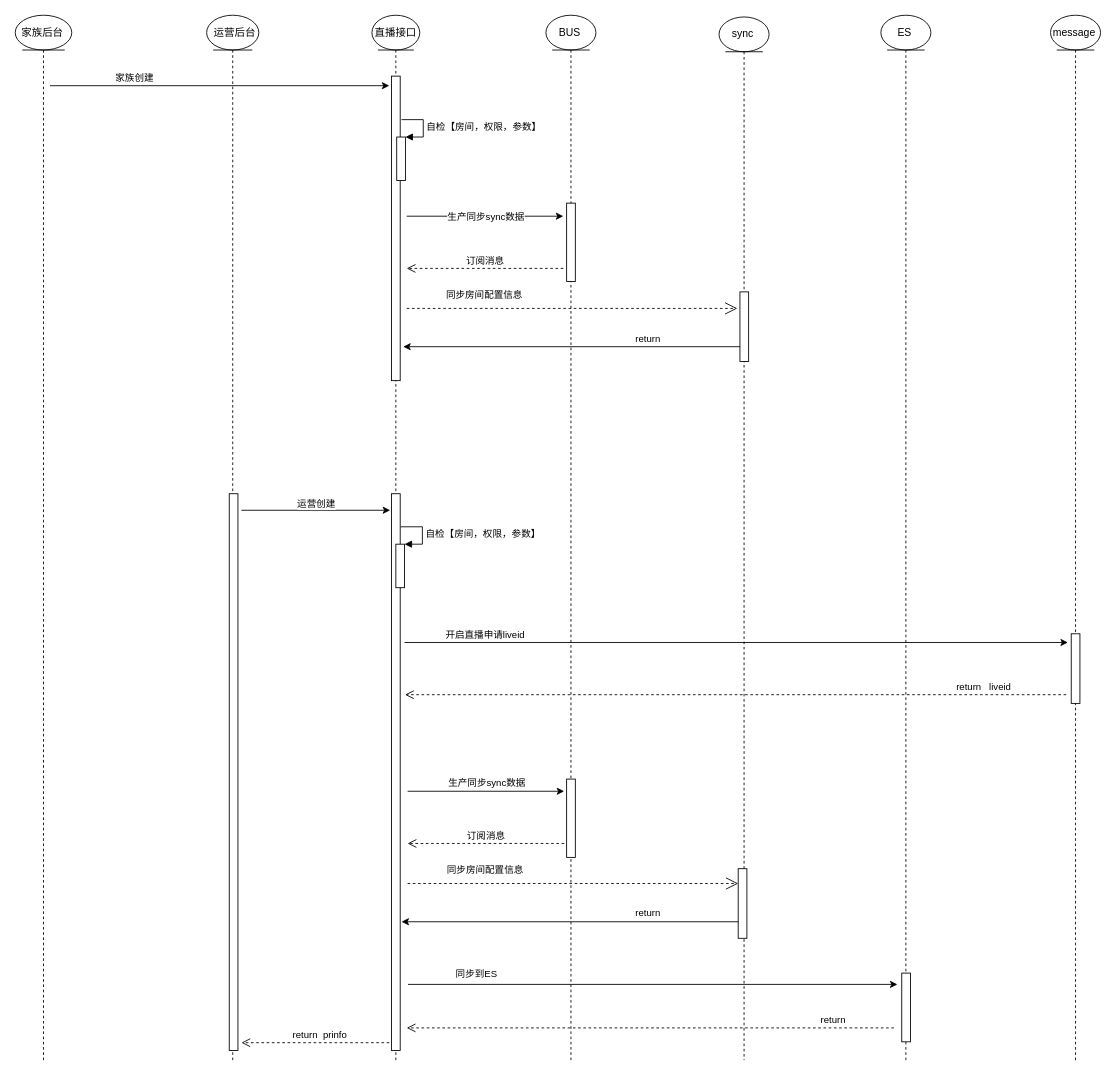
Earlier version of the draw.io diagram page "创建公共房" (11 of 11) of pepper/公共房.drawio (wclssdn/draw.io). Source tidied: cells renumbered, new cells numbered last; positions are measured from the earlier drawing's top-left corner, leaving out a move shared by most shapes. Both pictures are drawn from the tidied source at 87%, with x=0, y=0 at pixel (15, 15).
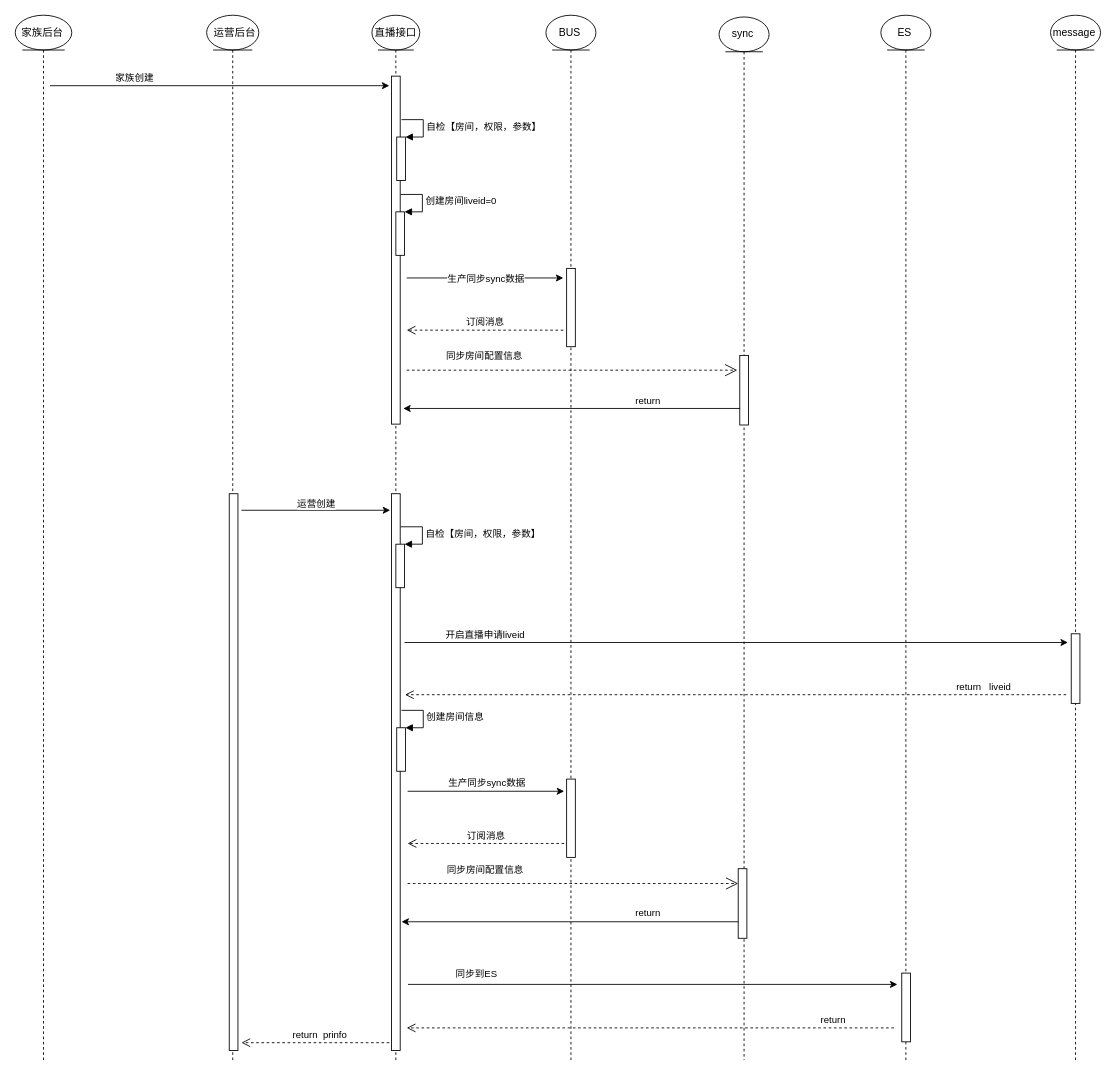
The same page after the edit.

The change refers to these unchanged cells:
```xml
<mxCell id="7" style="shape=umlLifeline;participant=umlEntity;perimeter=lifelinePerimeter;whiteSpace=wrap;html=1;verticalAlign=top;spacingTop=36;" parent="1" vertex="1">
  <mxGeometry x="410" width="55" height="1201" as="geometry" />
</mxCell>
<mxCell id="13" style="shape=umlLifeline;participant=umlEntity;perimeter=lifelinePerimeter;whiteSpace=wrap;html=1;verticalAlign=top;spacingTop=36;" parent="1" vertex="1">
  <mxGeometry x="610" width="57.5" height="1201" as="geometry" />
</mxCell>
<mxCell id="26" style="shape=umlLifeline;participant=umlEntity;perimeter=lifelinePerimeter;whiteSpace=wrap;html=1;verticalAlign=top;spacingTop=36;" parent="1" vertex="1">
  <mxGeometry x="809" y="2" width="57.5" height="1199" as="geometry" />
</mxCell>
```

What changed in the source:
```diff
@@
     <mxCell id="9" style="html=1;perimeter=orthogonalPerimeter;" parent="7" vertex="1">
-      <mxGeometry x="22.5" y="70" width="10" height="350" as="geometry" />
+      <mxGeometry x="22.5" y="70" width="10" height="400" as="geometry" />
     </mxCell>
@@
+    <mxCell id="52" style="html=1;points=[];perimeter=orthogonalPerimeter;" parent="7" vertex="1">
+      <mxGeometry x="28.5" y="819" width="10" height="50" as="geometry" />
+    </mxCell>
+    <mxCell id="53" value="创建房间信息" style="edgeStyle=orthogonalEdgeStyle;html=1;align=left;spacingLeft=2;endArrow=block;rounded=0;entryX=1;entryY=0;" parent="7" edge="1" target="52">
+      <mxGeometry relative="1" as="geometry">
+        <mxPoint x="34" y="799" as="sourcePoint" />
+        <Array as="points">
+          <mxPoint x="59" y="799" />
+          <mxPoint x="59" y="819" />
+        </Array>
+      </mxGeometry>
+    </mxCell>
@@
     <mxCell id="15" style="html=1;perimeter=orthogonalPerimeter;" parent="13" vertex="1">
-      <mxGeometry x="23.8" y="216" width="10" height="90" as="geometry" />
+      <mxGeometry x="23.8" y="291" width="10" height="90" as="geometry" />
     </mxCell>
@@
     <mxCell id="22" style="endArrow=classic;html=1;rounded=0;" parent="1" edge="1">
       <mxGeometry relative="1" as="geometry">
-        <mxPoint x="450" y="231" as="sourcePoint" />
-        <mxPoint x="630" y="231" as="targetPoint" />
+        <mxPoint x="450" y="302" as="sourcePoint" />
+        <mxPoint x="630" y="302" as="targetPoint" />
       </mxGeometry>
     </mxCell>
@@
     <mxCell id="24" value="订阅消息" style="html=1;verticalAlign=bottom;endArrow=open;dashed=1;endSize=8;rounded=0;" parent="1" edge="1">
       <mxGeometry relative="1" as="geometry">
-        <mxPoint x="630" y="291" as="sourcePoint" />
-        <mxPoint x="450" y="291" as="targetPoint" />
+        <mxPoint x="630" y="362" as="sourcePoint" />
+        <mxPoint x="450" y="362" as="targetPoint" />
       </mxGeometry>
     </mxCell>
     <mxCell id="25" value="同步房间配置信息" style="endArrow=open;endSize=12;dashed=1;html=1;rounded=0;" parent="1" edge="1">
       <mxGeometry x="-0.53" y="16" relative="1" as="geometry">
-        <mxPoint x="450" y="337" as="sourcePoint" />
-        <mxPoint x="830" y="337" as="targetPoint" />
+        <mxPoint x="450" y="408" as="sourcePoint" />
+        <mxPoint x="830" y="408" as="targetPoint" />
       </mxGeometry>
     </mxCell>
@@
     <mxCell id="28" style="html=1;perimeter=orthogonalPerimeter;" parent="26" vertex="1">
-      <mxGeometry x="24" y="316" width="10" height="80" as="geometry" />
+      <mxGeometry x="23.8" y="389" width="10" height="80" as="geometry" />
     </mxCell>
@@
     <mxCell id="33" style="endArrow=classic;html=1;rounded=0;" parent="1" edge="1">
       <mxGeometry relative="1" as="geometry">
-        <mxPoint x="833.2" y="381" as="sourcePoint" />
-        <mxPoint x="446" y="381" as="targetPoint" />
+        <mxPoint x="833.2" y="452" as="sourcePoint" />
+        <mxPoint x="446" y="452" as="targetPoint" />
       </mxGeometry>
     </mxCell>
@@
+    <mxCell id="54" style="html=1;points=[];perimeter=orthogonalPerimeter;" parent="1" vertex="1">
+      <mxGeometry x="437.5" y="226" width="10" height="50" as="geometry" />
+    </mxCell>
+    <mxCell id="55" value="创建房间liveid=0" style="edgeStyle=orthogonalEdgeStyle;html=1;align=left;spacingLeft=2;endArrow=block;rounded=0;entryX=1;entryY=0;" parent="1" edge="1" target="54">
+      <mxGeometry relative="1" as="geometry">
+        <mxPoint x="443" y="206" as="sourcePoint" />
+        <Array as="points">
+          <mxPoint x="468" y="206" />
+          <mxPoint x="468" y="226" />
+        </Array>
+      </mxGeometry>
+    </mxCell>
```
